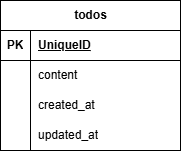
Before: todo.drawio.png, a diagram exported from draw.io (urbexsaku/todo). Source tidied: cells renumbered, new cells last; positions are measured from the earlier drawing's top-left corner, leaving out a move shared by most shapes. The source it was exported from:
```xml
<mxGraphModel>
  <root>
    <mxCell id="0" />
    <mxCell id="1" parent="0" />
    <mxCell id="2" value="todos" style="shape=table;startSize=30;rowLines=0;fontStyle=1;align=center;html=1;" parent="1" vertex="1">
      <mxGeometry width="180" height="150" as="geometry" />
    </mxCell>
    <mxCell id="3" style="shape=tableRow;horizontal=0;startSize=0;swimlaneHead=0;swimlaneBody=0;fillColor=none;top=0;left=0;right=0;bottom=1;" parent="2" vertex="1">
      <mxGeometry y="30" width="180" height="30" as="geometry" />
    </mxCell>
    <mxCell id="4" value="PK" style="shape=partialRectangle;fillColor=none;top=0;left=0;bottom=0;right=0;fontStyle=1;overflow=hidden;whiteSpace=wrap;html=1;" parent="3" vertex="1">
      <mxGeometry width="30" height="30" as="geometry" />
    </mxCell>
    <mxCell id="5" value="UniqueID" style="shape=partialRectangle;fillColor=none;top=0;left=0;bottom=0;right=0;align=left;spacingLeft=6;fontStyle=5;overflow=hidden;whiteSpace=wrap;html=1;" parent="3" vertex="1">
      <mxGeometry x="30" width="150" height="30" as="geometry" />
    </mxCell>
    <mxCell id="6" style="shape=tableRow;horizontal=0;startSize=0;swimlaneHead=0;swimlaneBody=0;fillColor=none;points=[[0,0.5],[1,0.5]];portConstraint=eastwest;top=0;left=0;right=0;bottom=0;" parent="2" vertex="1">
      <mxGeometry y="60" width="180" height="30" as="geometry" />
    </mxCell>
    <mxCell id="7" style="shape=partialRectangle;fillColor=none;top=0;left=0;bottom=0;right=0;overflow=hidden;whiteSpace=wrap;html=1;" parent="6" vertex="1">
      <mxGeometry width="30" height="30" as="geometry" />
    </mxCell>
    <mxCell id="8" value="content&lt;span style=&quot;white-space: pre;&quot;&gt;&#9;&lt;/span&gt;" style="shape=partialRectangle;fillColor=none;top=0;left=0;bottom=0;right=0;align=left;spacingLeft=6;overflow=hidden;whiteSpace=wrap;html=1;" parent="6" vertex="1">
      <mxGeometry x="30" width="150" height="30" as="geometry" />
    </mxCell>
    <mxCell id="9" style="shape=tableRow;horizontal=0;startSize=0;swimlaneHead=0;swimlaneBody=0;fillColor=none;top=0;left=0;right=0;bottom=0;" parent="2" vertex="1">
      <mxGeometry y="90" width="180" height="30" as="geometry" />
    </mxCell>
    <mxCell id="10" style="shape=partialRectangle;fillColor=none;top=0;left=0;bottom=0;right=0;overflow=hidden;whiteSpace=wrap;html=1;" parent="9" vertex="1">
      <mxGeometry width="30" height="30" as="geometry" />
    </mxCell>
    <mxCell id="11" value="created_at" style="shape=partialRectangle;fillColor=none;top=0;left=0;bottom=0;right=0;align=left;spacingLeft=6;overflow=hidden;whiteSpace=wrap;html=1;" parent="9" vertex="1">
      <mxGeometry x="30" width="150" height="30" as="geometry" />
    </mxCell>
    <mxCell id="12" style="shape=tableRow;horizontal=0;startSize=0;swimlaneHead=0;swimlaneBody=0;fillColor=none;top=0;left=0;right=0;bottom=0;" parent="2" vertex="1">
      <mxGeometry y="120" width="180" height="30" as="geometry" />
    </mxCell>
    <mxCell id="13" style="shape=partialRectangle;fillColor=none;top=0;left=0;bottom=0;right=0;overflow=hidden;whiteSpace=wrap;html=1;" parent="12" vertex="1">
      <mxGeometry width="30" height="30" as="geometry" />
    </mxCell>
    <mxCell id="14" value="updated_at" style="shape=partialRectangle;fillColor=none;top=0;left=0;bottom=0;right=0;align=left;spacingLeft=6;overflow=hidden;whiteSpace=wrap;html=1;" parent="12" vertex="1">
      <mxGeometry x="30" width="150" height="30" as="geometry" />
    </mxCell>
  </root>
</mxGraphModel>
```
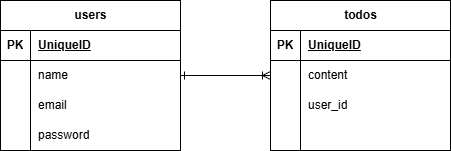
The same file after the commit.

Commit message:
ユーザー認証追加完了・ER図更新

Diff of the diagram source:
```diff
@@ -29,7 +29,7 @@
     <mxCell id="10" style="shape=partialRectangle;fillColor=none;top=0;left=0;bottom=0;right=0;overflow=hidden;whiteSpace=wrap;html=1;" parent="9" vertex="1">
       <mxGeometry width="30" height="30" as="geometry" />
     </mxCell>
-    <mxCell id="11" value="created_at" style="shape=partialRectangle;fillColor=none;top=0;left=0;bottom=0;right=0;align=left;spacingLeft=6;overflow=hidden;whiteSpace=wrap;html=1;" parent="9" vertex="1">
+    <mxCell id="11" value="user_id" style="shape=partialRectangle;fillColor=none;top=0;left=0;bottom=0;right=0;align=left;spacingLeft=6;overflow=hidden;whiteSpace=wrap;html=1;" parent="9" vertex="1">
       <mxGeometry x="30" width="150" height="30" as="geometry" />
     </mxCell>
     <mxCell id="12" style="shape=tableRow;horizontal=0;startSize=0;swimlaneHead=0;swimlaneBody=0;fillColor=none;top=0;left=0;right=0;bottom=0;" parent="2" vertex="1">
@@ -38,8 +38,50 @@
     <mxCell id="13" style="shape=partialRectangle;fillColor=none;top=0;left=0;bottom=0;right=0;overflow=hidden;whiteSpace=wrap;html=1;" parent="12" vertex="1">
       <mxGeometry width="30" height="30" as="geometry" />
     </mxCell>
-    <mxCell id="14" value="updated_at" style="shape=partialRectangle;fillColor=none;top=0;left=0;bottom=0;right=0;align=left;spacingLeft=6;overflow=hidden;whiteSpace=wrap;html=1;" parent="12" vertex="1">
+    <mxCell id="14" style="shape=partialRectangle;fillColor=none;top=0;left=0;bottom=0;right=0;align=left;spacingLeft=6;overflow=hidden;whiteSpace=wrap;html=1;" parent="12" vertex="1">
       <mxGeometry x="30" width="150" height="30" as="geometry" />
     </mxCell>
+    <mxCell id="15" value="users" style="shape=table;startSize=30;rowLines=0;fontStyle=1;align=center;html=1;" parent="1" vertex="1">
+      <mxGeometry x="-270" width="180" height="150" as="geometry" />
+    </mxCell>
+    <mxCell id="16" style="shape=tableRow;horizontal=0;startSize=0;swimlaneHead=0;swimlaneBody=0;fillColor=none;top=0;left=0;right=0;bottom=1;" parent="15" vertex="1">
+      <mxGeometry y="30" width="180" height="30" as="geometry" />
+    </mxCell>
+    <mxCell id="17" value="PK" style="shape=partialRectangle;fillColor=none;top=0;left=0;bottom=0;right=0;fontStyle=1;overflow=hidden;whiteSpace=wrap;html=1;" parent="16" vertex="1">
+      <mxGeometry width="30" height="30" as="geometry" />
+    </mxCell>
+    <mxCell id="18" value="UniqueID" style="shape=partialRectangle;fillColor=none;top=0;left=0;bottom=0;right=0;align=left;spacingLeft=6;fontStyle=5;overflow=hidden;whiteSpace=wrap;html=1;" parent="16" vertex="1">
+      <mxGeometry x="30" width="150" height="30" as="geometry" />
+    </mxCell>
+    <mxCell id="19" style="shape=tableRow;horizontal=0;startSize=0;swimlaneHead=0;swimlaneBody=0;fillColor=none;points=[[0,0.5],[1,0.5]];portConstraint=eastwest;top=0;left=0;right=0;bottom=0;" parent="15" vertex="1">
+      <mxGeometry y="60" width="180" height="30" as="geometry" />
+    </mxCell>
+    <mxCell id="20" style="shape=partialRectangle;fillColor=none;top=0;left=0;bottom=0;right=0;overflow=hidden;whiteSpace=wrap;html=1;" parent="19" vertex="1">
+      <mxGeometry width="30" height="30" as="geometry" />
+    </mxCell>
+    <mxCell id="21" value="name" style="shape=partialRectangle;fillColor=none;top=0;left=0;bottom=0;right=0;align=left;spacingLeft=6;overflow=hidden;whiteSpace=wrap;html=1;" parent="19" vertex="1">
+      <mxGeometry x="30" width="150" height="30" as="geometry" />
+    </mxCell>
+    <mxCell id="22" style="shape=tableRow;horizontal=0;startSize=0;swimlaneHead=0;swimlaneBody=0;fillColor=none;top=0;left=0;right=0;bottom=0;" parent="15" vertex="1">
+      <mxGeometry y="90" width="180" height="30" as="geometry" />
+    </mxCell>
+    <mxCell id="23" style="shape=partialRectangle;fillColor=none;top=0;left=0;bottom=0;right=0;overflow=hidden;whiteSpace=wrap;html=1;" parent="22" vertex="1">
+      <mxGeometry width="30" height="30" as="geometry" />
+    </mxCell>
+    <mxCell id="24" value="email" style="shape=partialRectangle;fillColor=none;top=0;left=0;bottom=0;right=0;align=left;spacingLeft=6;overflow=hidden;whiteSpace=wrap;html=1;" parent="22" vertex="1">
+      <mxGeometry x="30" width="150" height="30" as="geometry" />
+    </mxCell>
+    <mxCell id="25" style="shape=tableRow;horizontal=0;startSize=0;swimlaneHead=0;swimlaneBody=0;fillColor=none;top=0;left=0;right=0;bottom=0;" parent="15" vertex="1">
+      <mxGeometry y="120" width="180" height="30" as="geometry" />
+    </mxCell>
+    <mxCell id="26" style="shape=partialRectangle;fillColor=none;top=0;left=0;bottom=0;right=0;overflow=hidden;whiteSpace=wrap;html=1;" parent="25" vertex="1">
+      <mxGeometry width="30" height="30" as="geometry" />
+    </mxCell>
+    <mxCell id="27" value="password" style="shape=partialRectangle;fillColor=none;top=0;left=0;bottom=0;right=0;align=left;spacingLeft=6;overflow=hidden;whiteSpace=wrap;html=1;" parent="25" vertex="1">
+      <mxGeometry x="30" width="150" height="30" as="geometry" />
+    </mxCell>
+    <mxCell id="28" style="edgeStyle=entityRelationEdgeStyle;fontSize=12;html=1;endArrow=ERoneToMany;entryX=0;entryY=0.5;entryDx=0;entryDy=0;exitX=1;exitY=0.5;exitDx=0;exitDy=0;startArrow=ERone;startFill=0;" parent="1" edge="1" source="19" target="6">
+      <mxGeometry relative="1" as="geometry" />
+    </mxCell>
   </root>
 </mxGraphModel>
```
